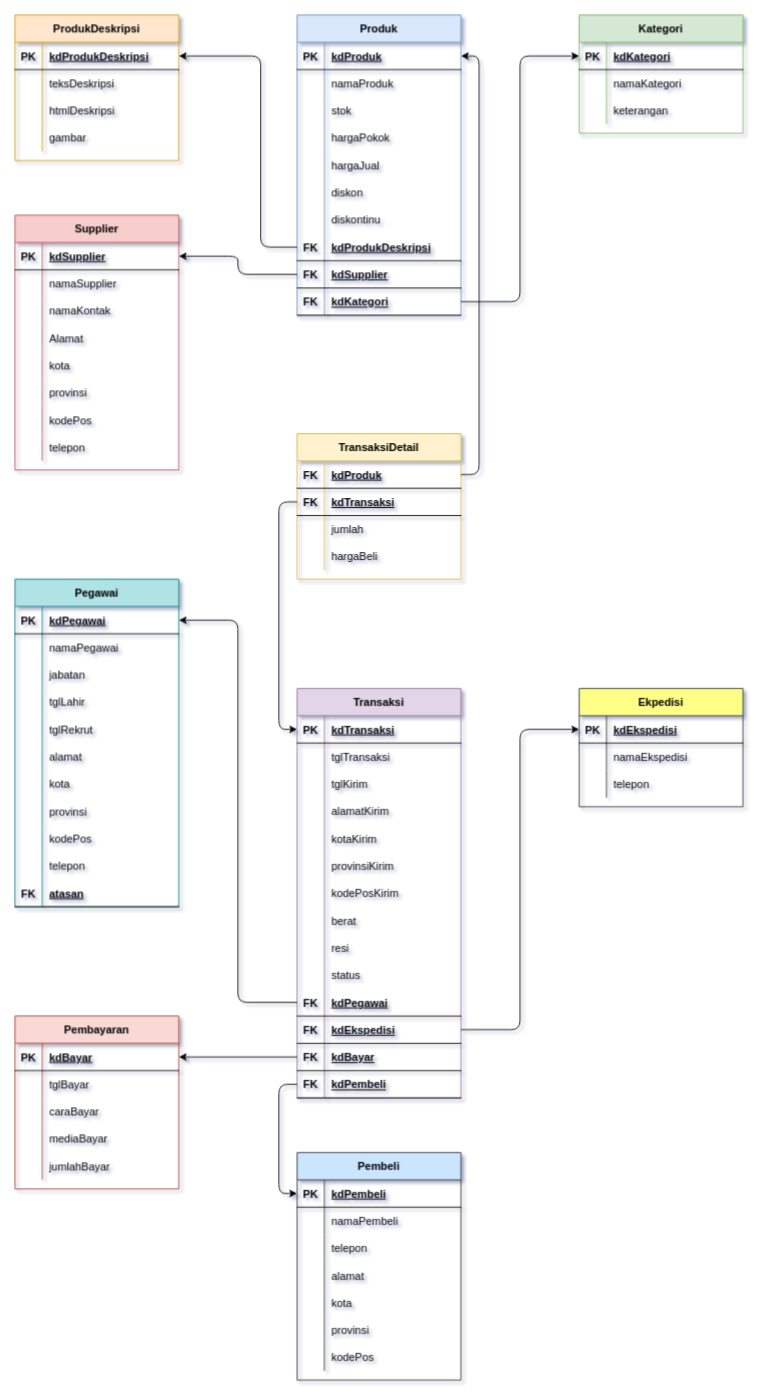
Before: probasdat (Table ERD).drawio in RicoFerdian05/probasdat, a draw.io diagram. Source tidied: cells renumbered, new cells numbered last; positions are measured from the earlier drawing's top-left corner, leaving out a move shared by most shapes. Both pictures are drawn from the tidied source at 91%, with x=0, y=0 at pixel (15, 15).
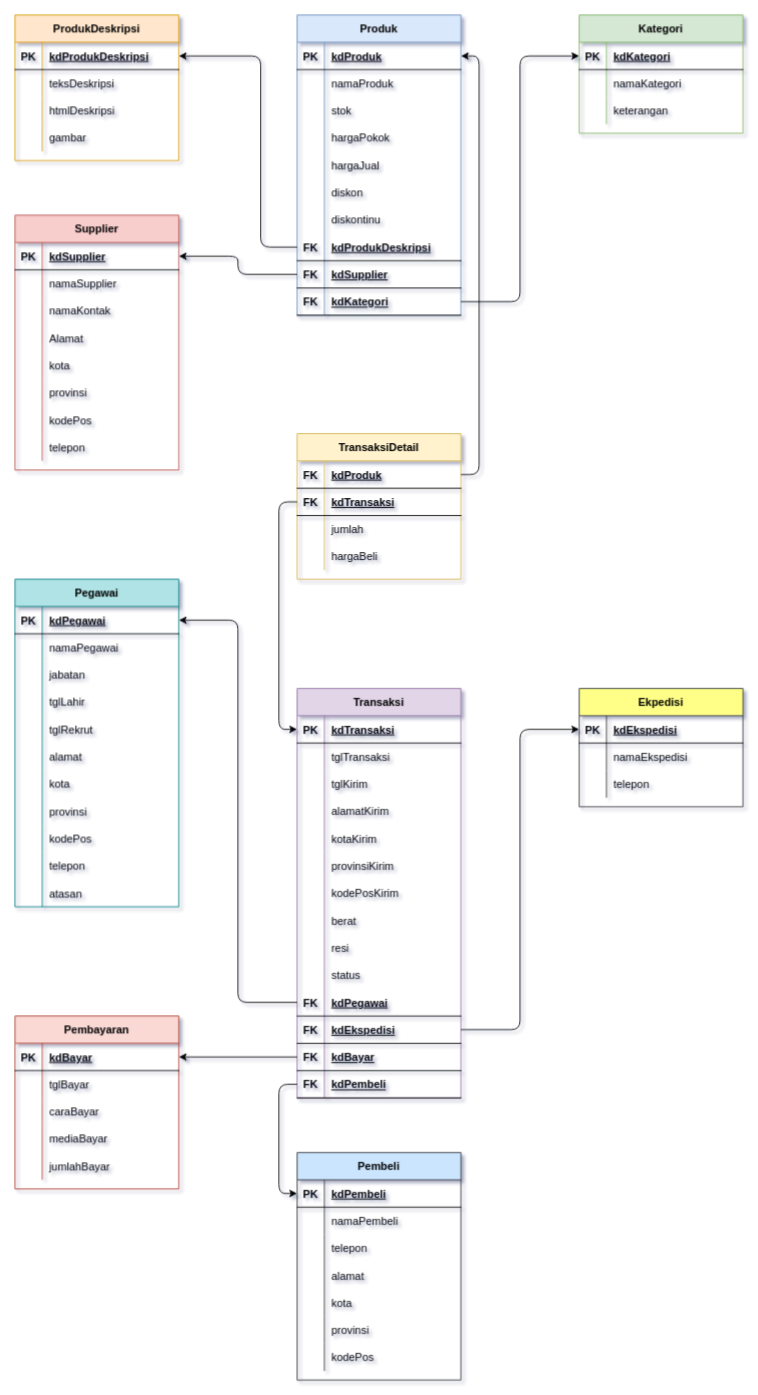
Above is the later version.

Commit message (it also covers changes not shown here):
DDL Probasdat Selesai

Unchanged cells that the change refers to:
```xml
<mxCell id="169" value="Pegawai" style="shape=table;startSize=30;childLayout=tableLayout;rowLines=0;fontStyle=1;align=center;fillColor=#b0e3e6;strokeColor=#0e8088;" parent="1" vertex="1">
  <mxGeometry y="620" width="180" height="360" as="geometry" />
</mxCell>
```

Change to the diagram source:
```diff
@@
-    <mxCell id="200" style="shape=tableRow;horizontal=0;startSize=0;swimlaneHead=0;swimlaneBody=0;fillColor=none;top=0;left=0;right=0;bottom=1;" parent="169" vertex="1">
-      <mxGeometry y="330" width="180" height="30" as="geometry" />
-    </mxCell>
-    <mxCell id="201" value="FK" style="shape=partialRectangle;fillColor=none;top=0;left=0;bottom=0;right=0;fontStyle=1;overflow=hidden;" parent="200" vertex="1">
-      <mxGeometry width="30" height="30" as="geometry" />
-    </mxCell>
+    <mxCell id="228" style="shape=tableRow;horizontal=0;startSize=0;swimlaneHead=0;swimlaneBody=0;fillColor=none;top=0;left=0;right=0;bottom=0;" parent="169" vertex="1">
+      <mxGeometry y="330" width="180" height="30" as="geometry" />
+    </mxCell>
+    <mxCell id="229" style="shape=partialRectangle;fillColor=none;top=0;left=0;bottom=0;right=0;overflow=hidden;" parent="228" vertex="1">
+      <mxGeometry width="30" height="30" as="geometry" />
+    </mxCell>
-    <mxCell id="202" value="atasan" style="shape=partialRectangle;fillColor=none;top=0;left=0;bottom=0;right=0;align=left;spacingLeft=6;fontStyle=5;overflow=hidden;" parent="200" vertex="1">
+    <mxCell id="202" value="atasan" style="shape=partialRectangle;fillColor=none;top=0;left=0;bottom=0;right=0;align=left;spacingLeft=6;overflow=hidden;" parent="228" vertex="1">
       <mxGeometry x="30" width="150" height="30" as="geometry" />
     </mxCell>
```
